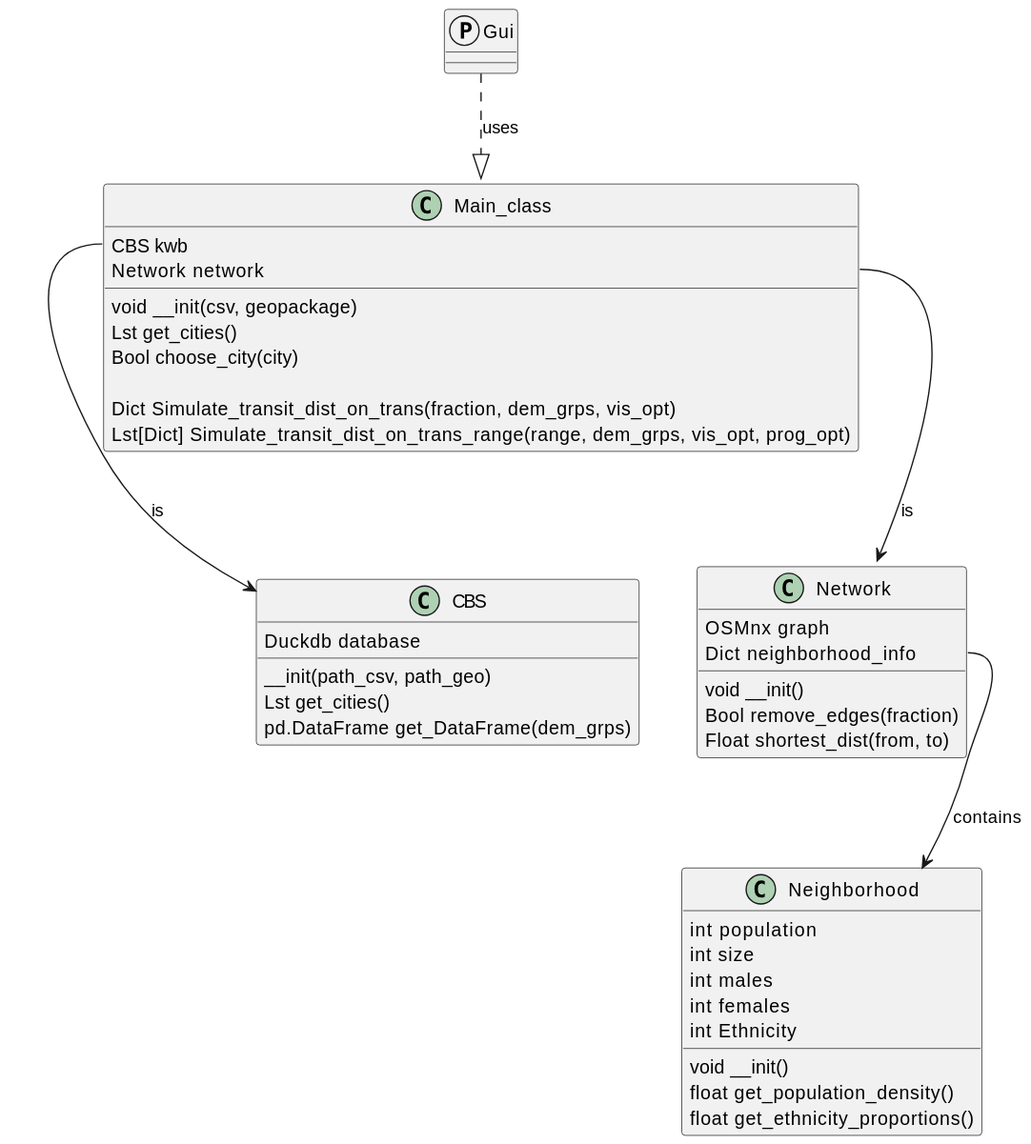
Tobias0107/STDAP keeps this PlantUML diagram as Project-Overview/Design/Outer_design/UML.svg. Above is the earlier version. The source it was exported from:
```plantuml
@startuml
class Main_class {
    CBS kwb
    Network network

    void __init(csv, geopackage)
    Lst get_cities()
    Bool choose_city(city)

    Dict Simulate_transit_dist_on_trans(fraction, dem_grps, vis_opt)
    Lst[Dict] Simulate_transit_dist_on_trans_range(range, dem_grps, vis_opt, prog_opt)
}

class CBS {
    __init(path_csv, path_geo)
    Duckdb database
    Lst get_cities()
    pd.DataFrame get_DataFrame(dem_grps)
}

class Network {
    OSMnx graph
    Dict neighborhood_info
    void __init()
    Bool remove_edges(fraction)
    Float shortest_dist(from, to)
}

class Neighborhood {
    int population
    int size
    int males
    int females
    int Ethnicity
    void __init()
    float get_population_density()
    float get_ethnicity_proportions()
}

protocol Gui

Main_class::kwb --> CBS : is
Main_class::network --> Network : is

Network::neighborhood_info --> Neighborhood : contains

Gui ..|> Main_class : uses
@enduml
```
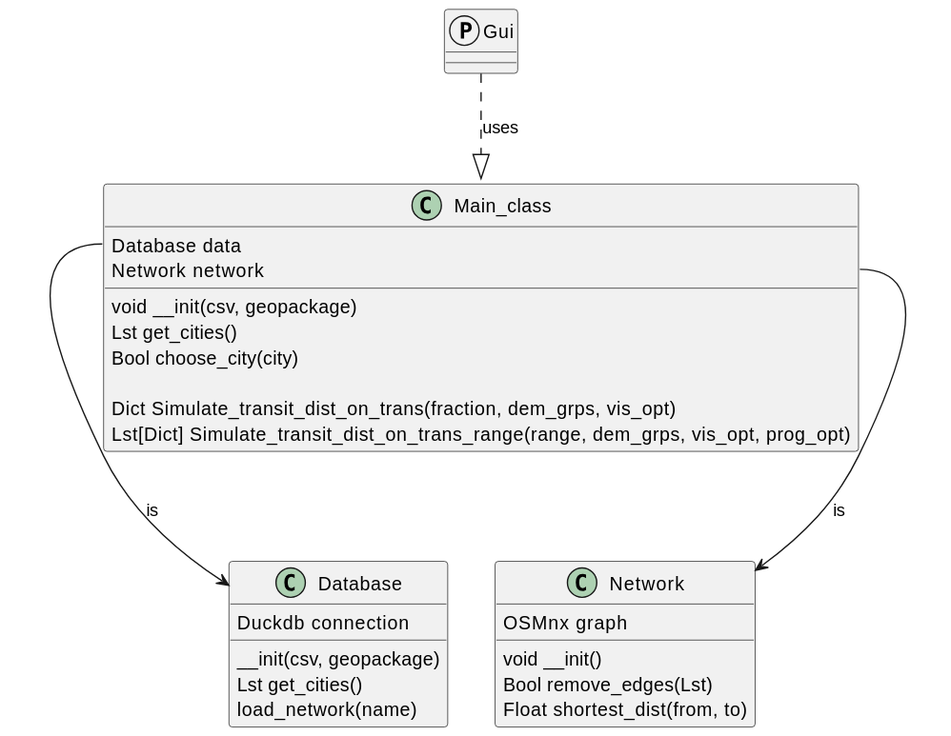
Above is the later version.

Commit message:
Revised design to more analysis in duckdb

Change to the diagram source:
```diff
@@ -1,6 +1,6 @@
 @startuml
 class Main_class {
-    CBS kwb
+    Database data
     Network network
 
     void __init(csv, geopackage)
@@ -11,38 +11,26 @@
     Lst[Dict] Simulate_transit_dist_on_trans_range(range, dem_grps, vis_opt, prog_opt)
 }
 
-class CBS {
-    __init(path_csv, path_geo)
-    Duckdb database
+class Database {
+    Duckdb connection
+
+    __init(csv, geopackage)
     Lst get_cities()
-    pd.DataFrame get_DataFrame(dem_grps)
+    load_network(name)
+
 }
 
 class Network {
     OSMnx graph
-    Dict neighborhood_info
     void __init()
-    Bool remove_edges(fraction)
+    Bool remove_edges(Lst)
     Float shortest_dist(from, to)
-}
-
-class Neighborhood {
-    int population
-    int size
-    int males
-    int females
-    int Ethnicity
-    void __init()
-    float get_population_density()
-    float get_ethnicity_proportions()
 }
 
 protocol Gui
 
-Main_class::kwb --> CBS : is
+Main_class::data --> Database : is
 Main_class::network --> Network : is
-
-Network::neighborhood_info --> Neighborhood : contains
 
 Gui ..|> Main_class : uses
 @enduml
```
